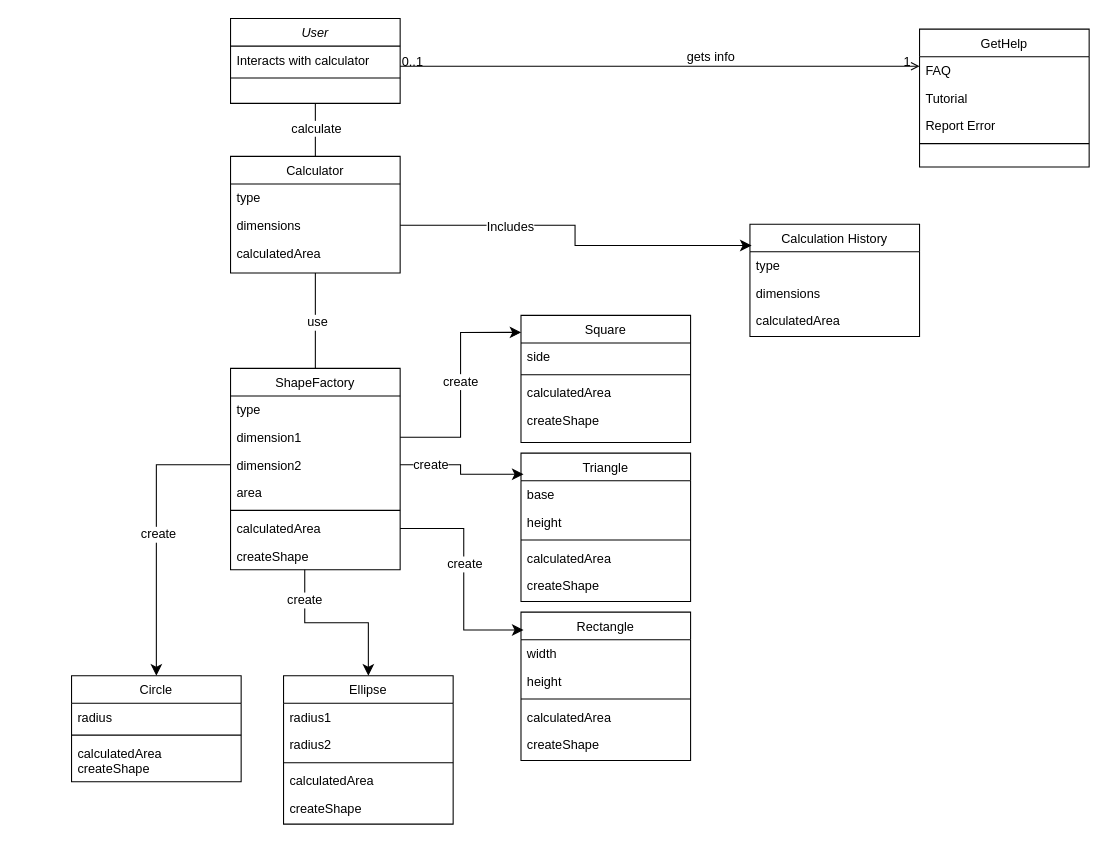
gelaws-hub/ta-rplbk keeps this draw.io diagram as diagrams/Class Diagram.drawio. Above is the earlier version. Source tidied: cells renumbered, new cells numbered last; positions are measured from the earlier drawing's top-left corner, leaving out a move shared by most shapes. Both pictures are drawn from the tidied source at 106%, with x=0, y=0 at pixel (71, 18).
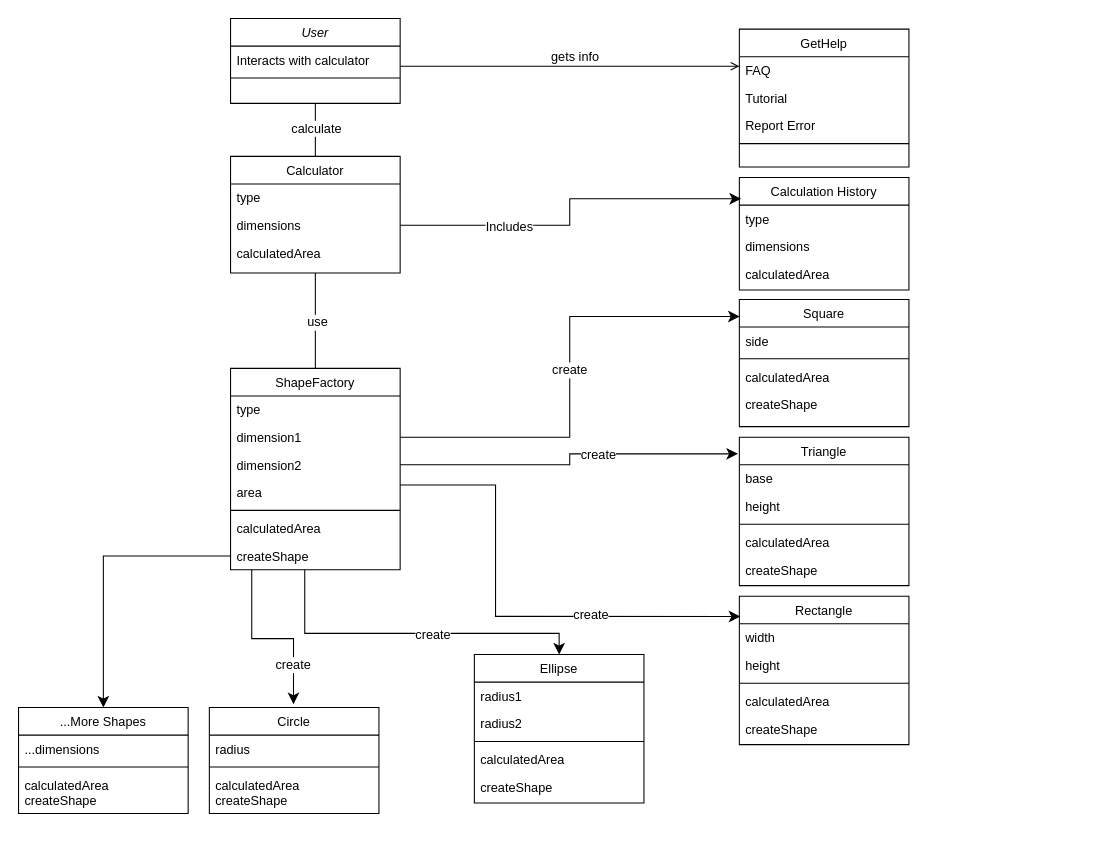
After the change.

The change refers to these unchanged cells:
```xml
<mxCell id="16" style="endArrow=open;shadow=0;strokeWidth=1;rounded=0;curved=0;endFill=1;edgeStyle=elbowEdgeStyle;elbow=vertical;" parent="1" edge="1" source="2" target="11">
  <mxGeometry x="0.5" y="41" relative="1" as="geometry">
    <mxPoint x="-40" y="32" as="offset" />
  </mxGeometry>
</mxCell>
<mxCell id="22" value="ShapeFactory" style="swimlane;fontStyle=0;align=center;verticalAlign=top;horizontal=1;startSize=26;rounded=0;shadow=0;strokeWidth=1;" parent="1" vertex="1">
  <mxGeometry x="150" y="330" width="160" height="190" as="geometry" />
</mxCell>
<mxCell id="25" value="dimension2" style="text;align=left;verticalAlign=top;spacingLeft=4;spacingRight=4;overflow=hidden;points=[[0,0.5],[1,0.5]];portConstraint=eastwest;rounded=0;shadow=0;html=0;" parent="22" vertex="1">
  <mxGeometry y="78" width="160" height="26" as="geometry" />
</mxCell>
<mxCell id="28" value="calculatedArea" style="text;align=left;verticalAlign=top;spacingLeft=4;spacingRight=4;overflow=hidden;points=[[0,0.5],[1,0.5]];portConstraint=eastwest;" parent="22" vertex="1">
  <mxGeometry y="138" width="160" height="26" as="geometry" />
</mxCell>
<mxCell id="29" value="createShape" style="text;align=left;verticalAlign=top;spacingLeft=4;spacingRight=4;overflow=hidden;points=[[0,0.5],[1,0.5]];portConstraint=eastwest;" parent="22" vertex="1">
  <mxGeometry y="164" width="160" height="26" as="geometry" />
</mxCell>
```

The edit, as a diff of the source:
```diff
@@
     <mxCell id="11" value="GetHelp" style="swimlane;fontStyle=0;align=center;verticalAlign=top;horizontal=1;startSize=26;rounded=0;shadow=0;strokeWidth=1;" parent="1" vertex="1">
-      <mxGeometry x="800" y="10" width="160" height="130" as="geometry" />
+      <mxGeometry x="630" y="10" width="160" height="130" as="geometry" />
     </mxCell>
@@
-    <mxCell id="17" value="0..1" style="align=left;verticalAlign=bottom;labelBackgroundColor=none;fontSize=12;" parent="16" vertex="1">
-      <mxGeometry x="-1" relative="1" as="geometry">
-        <mxPoint y="4" as="offset" />
-      </mxGeometry>
-    </mxCell>
-    <mxCell id="18" value="1" style="align=right;verticalAlign=bottom;labelBackgroundColor=none;fontSize=12;" parent="16" vertex="1">
-      <mxGeometry x="1" relative="1" as="geometry">
-        <mxPoint x="-7" y="4" as="offset" />
-      </mxGeometry>
-    </mxCell>
@@
     <mxCell id="30" value="Circle" style="swimlane;fontStyle=0;align=center;verticalAlign=top;horizontal=1;startSize=26;rounded=0;shadow=0;strokeWidth=1;" parent="1" vertex="1">
-      <mxGeometry y="620" width="160" height="100" as="geometry" />
+      <mxGeometry x="130" y="650" width="160" height="100" as="geometry" />
     </mxCell>
@@
     <mxCell id="34" value="Ellipse" style="swimlane;fontStyle=0;align=center;verticalAlign=top;horizontal=1;startSize=26;rounded=0;shadow=0;strokeWidth=1;" parent="1" vertex="1">
-      <mxGeometry x="200" y="620" width="160" height="140" as="geometry" />
+      <mxGeometry x="380" y="600" width="160" height="140" as="geometry" />
     </mxCell>
@@
     <mxCell id="40" value="Rectangle" style="swimlane;fontStyle=0;align=center;verticalAlign=top;horizontal=1;startSize=26;rounded=0;shadow=0;strokeWidth=1;" parent="1" vertex="1">
-      <mxGeometry x="424" y="560" width="160" height="140" as="geometry" />
+      <mxGeometry x="630" y="545" width="160" height="140" as="geometry" />
     </mxCell>
@@
     <mxCell id="46" value="Square" style="swimlane;fontStyle=0;align=center;verticalAlign=top;horizontal=1;startSize=26;rounded=0;shadow=0;strokeWidth=1;" parent="1" vertex="1">
-      <mxGeometry x="424" y="280" width="160" height="120" as="geometry" />
+      <mxGeometry x="630" y="265" width="160" height="120" as="geometry" />
     </mxCell>
@@
     <mxCell id="51" value="Triangle" style="swimlane;fontStyle=0;align=center;verticalAlign=top;horizontal=1;startSize=26;rounded=0;shadow=0;strokeWidth=1;" parent="1" vertex="1">
-      <mxGeometry x="424" y="410" width="160" height="140" as="geometry" />
+      <mxGeometry x="630" y="395" width="160" height="140" as="geometry" />
     </mxCell>
@@
-    <mxCell id="57" style="edgeStyle=orthogonalEdgeStyle;rounded=0;jettySize=auto;html=1;entryX=0.5;entryY=0;entryDx=0;entryDy=0;fontSize=12;startSize=8;endSize=8;" parent="1" edge="1" source="25" target="30">
-      <mxGeometry relative="1" as="geometry" />
-    </mxCell>
-    <mxCell id="58" value="create" style="edgeLabel;html=1;align=center;verticalAlign=middle;fontSize=12;" parent="57" vertex="1">
-      <mxGeometry y="1" relative="1" as="geometry" />
-    </mxCell>
     <mxCell id="59" style="edgeStyle=orthogonalEdgeStyle;rounded=0;jettySize=auto;html=1;entryX=0.5;entryY=0;entryDx=0;entryDy=0;fontSize=12;startSize=8;endSize=8;" parent="1" edge="1" source="29" target="34">
       <mxGeometry relative="1" as="geometry">
         <Array as="points">
-          <mxPoint x="220" y="570" />
-          <mxPoint x="280" y="570" />
+          <mxPoint x="220" y="580" />
+          <mxPoint x="460" y="580" />
         </Array>
       </mxGeometry>
     </mxCell>
     <mxCell id="60" value="create" style="edgeLabel;html=1;align=center;verticalAlign=middle;fontSize=12;" parent="59" vertex="1">
-      <mxGeometry x="-0.65" y="-1" relative="1" as="geometry" />
+      <mxGeometry x="-0.65" y="-1" relative="1" as="geometry">
+        <mxPoint x="121" y="5" as="offset" />
+      </mxGeometry>
     </mxCell>
-    <mxCell id="61" style="edgeStyle=orthogonalEdgeStyle;rounded=0;jettySize=auto;html=1;entryX=0.015;entryY=0.142;entryDx=0;entryDy=0;entryPerimeter=0;fontSize=12;startSize=8;endSize=8;" parent="1" edge="1" source="25" target="51">
-      <mxGeometry relative="1" as="geometry" />
-    </mxCell>
-    <mxCell id="62" value="create" style="edgeLabel;html=1;align=center;verticalAlign=middle;fontSize=12;" parent="61" vertex="1">
-      <mxGeometry x="-0.56" y="1" relative="1" as="geometry" />
-    </mxCell>
-    <mxCell id="63" style="edgeStyle=orthogonalEdgeStyle;rounded=0;jettySize=auto;html=1;entryX=0.015;entryY=0.12;entryDx=0;entryDy=0;entryPerimeter=0;fontSize=12;startSize=8;endSize=8;" parent="1" edge="1" source="28" target="40">
-      <mxGeometry relative="1" as="geometry">
-        <Array as="points">
-          <mxPoint x="370" y="481" />
-          <mxPoint x="370" y="577" />
-        </Array>
-      </mxGeometry>
-    </mxCell>
-    <mxCell id="64" value="create" style="edgeLabel;html=1;align=center;verticalAlign=middle;fontSize=12;" parent="63" vertex="1">
-      <mxGeometry x="-0.12" relative="1" as="geometry" />
-    </mxCell>
@@
     <mxCell id="67" value="Calculation History" style="swimlane;fontStyle=0;align=center;verticalAlign=top;horizontal=1;startSize=26;rounded=0;shadow=0;strokeWidth=1;" parent="1" vertex="1">
-      <mxGeometry x="640" y="194" width="160" height="106" as="geometry" />
+      <mxGeometry x="630" y="150" width="160" height="106" as="geometry" />
     </mxCell>
@@
+    <mxCell id="73" style="edgeStyle=orthogonalEdgeStyle;rounded=0;jettySize=auto;html=1;entryX=0.006;entryY=0.136;entryDx=0;entryDy=0;entryPerimeter=0;fontSize=12;startSize=8;endSize=8;" parent="1" edge="1" source="22" target="40">
+      <mxGeometry relative="1" as="geometry">
+        <Array as="points">
+          <mxPoint x="400" y="440" />
+          <mxPoint x="400" y="564" />
+        </Array>
+      </mxGeometry>
+    </mxCell>
+    <mxCell id="74" value="create" style="edgeLabel;html=1;align=center;verticalAlign=middle;fontSize=12;" parent="73" vertex="1">
+      <mxGeometry x="0.12" y="2" relative="1" as="geometry">
+        <mxPoint x="54" as="offset" />
+      </mxGeometry>
+    </mxCell>
+    <mxCell id="75" style="edgeStyle=orthogonalEdgeStyle;rounded=0;jettySize=auto;html=1;entryX=0.496;entryY=-0.031;entryDx=0;entryDy=0;entryPerimeter=0;fontSize=12;startSize=8;endSize=8;" parent="1" edge="1" source="29" target="30">
+      <mxGeometry relative="1" as="geometry">
+        <Array as="points">
+          <mxPoint x="170" y="585" />
+          <mxPoint x="209" y="585" />
+        </Array>
+      </mxGeometry>
+    </mxCell>
+    <mxCell id="76" value="create" style="edgeLabel;html=1;align=center;verticalAlign=middle;fontSize=12;" parent="75" vertex="1">
+      <mxGeometry x="0.55" y="-1" relative="1" as="geometry" />
+    </mxCell>
+    <mxCell id="61" style="edgeStyle=orthogonalEdgeStyle;rounded=0;jettySize=auto;html=1;entryX=-0.008;entryY=0.112;entryDx=0;entryDy=0;entryPerimeter=0;fontSize=12;startSize=8;endSize=8;" parent="1" edge="1" source="25" target="51">
+      <mxGeometry relative="1" as="geometry" />
+    </mxCell>
+    <mxCell id="77" value="create" style="edgeLabel;html=1;align=center;verticalAlign=middle;fontSize=12;" parent="61" vertex="1">
+      <mxGeometry x="0.2" y="-1" relative="1" as="geometry" />
+    </mxCell>
+    <mxCell id="78" value="...More Shapes" style="swimlane;fontStyle=0;align=center;verticalAlign=top;horizontal=1;startSize=26;rounded=0;shadow=0;strokeWidth=1;" parent="1" vertex="1">
+      <mxGeometry x="-50" y="650" width="160" height="100" as="geometry" />
+    </mxCell>
+    <mxCell id="79" value="...dimensions" style="text;align=left;verticalAlign=top;spacingLeft=4;spacingRight=4;overflow=hidden;" parent="78" vertex="1">
+      <mxGeometry y="26" width="160" height="26" as="geometry" />
+    </mxCell>
+    <mxCell id="80" style="line;html=1;strokeWidth=1;align=left;verticalAlign=middle;spacingTop=-1;spacingLeft=3;spacingRight=3;labelPosition=right;" parent="78" vertex="1">
+      <mxGeometry y="52" width="160" height="8" as="geometry" />
+    </mxCell>
+    <mxCell id="81" value="calculatedArea&#10;createShape" style="text;align=left;verticalAlign=top;spacingLeft=4;spacingRight=4;overflow=hidden;" parent="78" vertex="1">
+      <mxGeometry y="60" width="160" height="40" as="geometry" />
+    </mxCell>
+    <mxCell id="82" style="edgeStyle=orthogonalEdgeStyle;rounded=0;jettySize=auto;html=1;entryX=0.5;entryY=0;entryDx=0;entryDy=0;fontSize=12;startSize=8;endSize=8;" parent="1" edge="1" source="29" target="78">
+      <mxGeometry relative="1" as="geometry" />
+    </mxCell>
```
